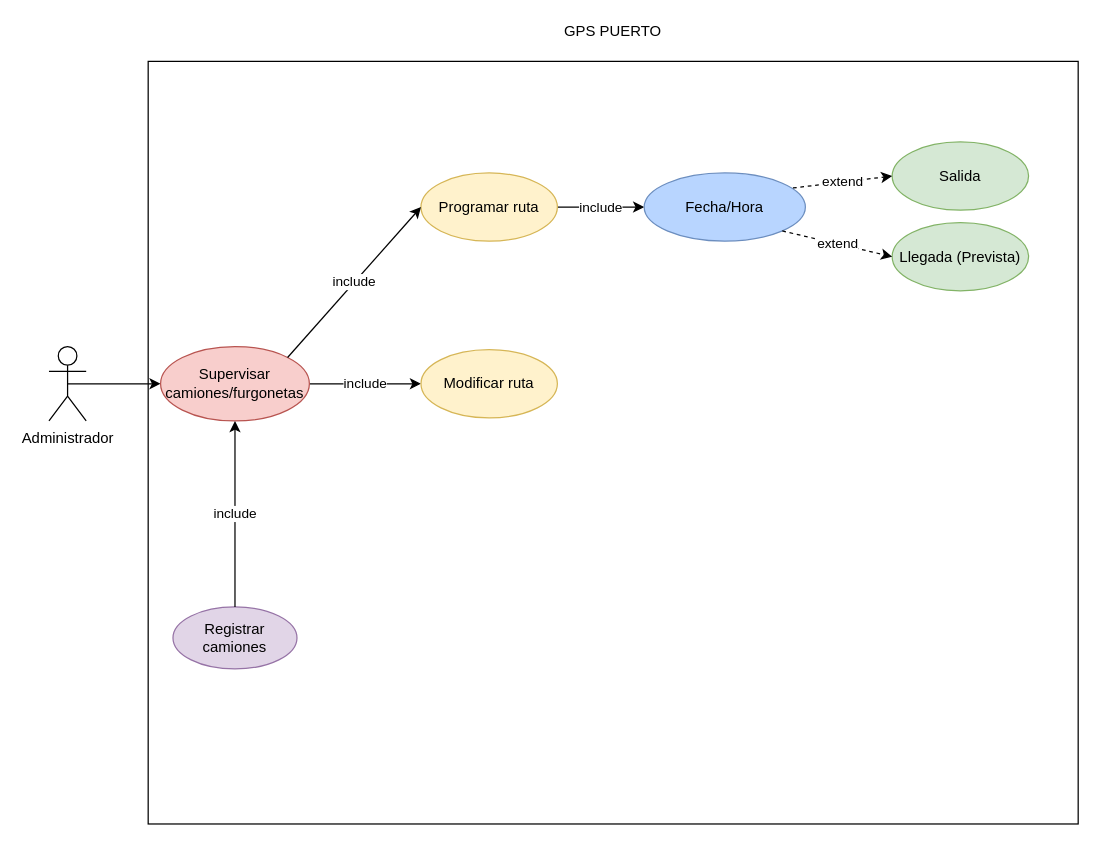
Before: Diagrama GPS.drawio in vmcabreu/calculoarea, a draw.io diagram. Source tidied: cells renumbered, new cells numbered last; positions are measured from the earlier drawing's top-left corner, leaving out a move shared by most shapes. Both pictures are drawn from the tidied source at 124%, with x=0, y=0 at pixel (48, 61).
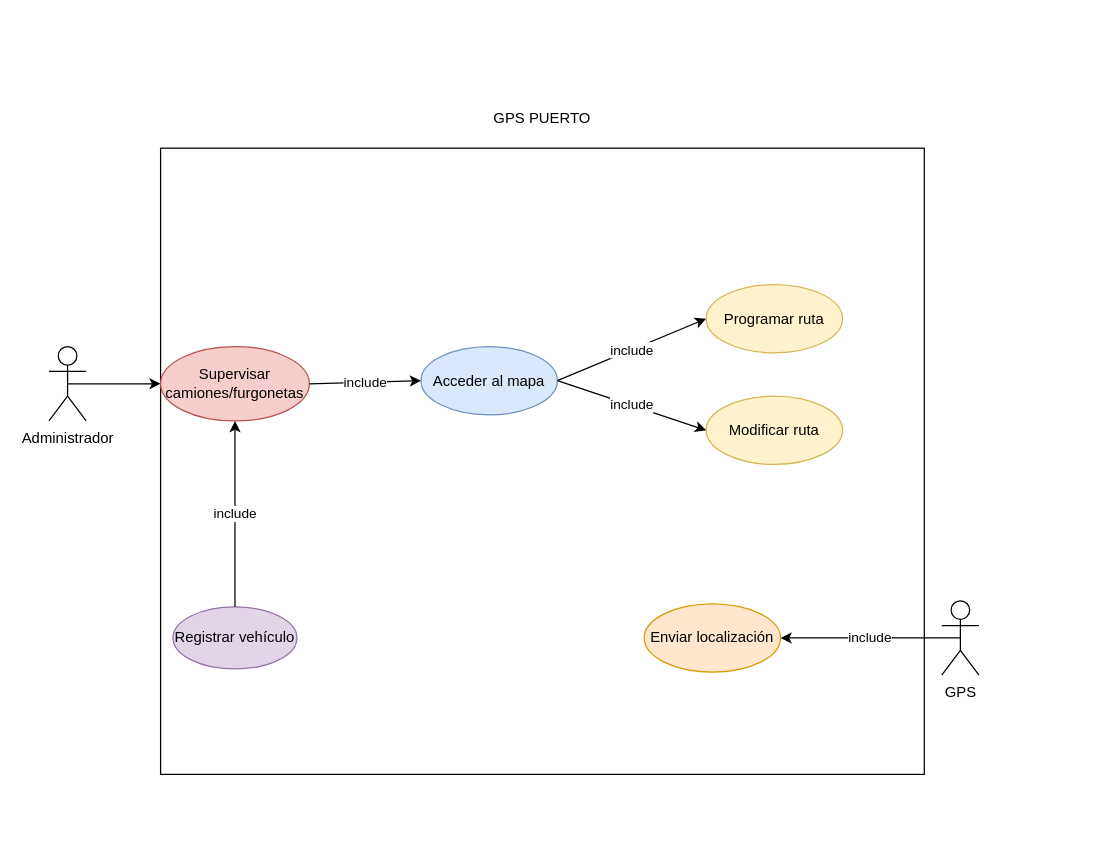
Above is the later version.

Diff of the diagram source:
```diff
@@
 <mxGraphModel>
   <root>
     <mxCell id="0" />
     <mxCell id="1" parent="0" />
     <mxCell id="2" value="&lt;div&gt;GPS PUERTO&lt;/div&gt;&lt;div&gt;&lt;br&gt;&lt;/div&gt;" style="rounded=0;whiteSpace=wrap;html=1;direction=south;labelPosition=center;verticalLabelPosition=top;align=center;verticalAlign=bottom;fillOpacity=0;" parent="1" vertex="1">
-      <mxGeometry x="80" width="750" height="615" as="geometry" />
+      <mxGeometry x="90" y="70" width="615.9" height="505" as="geometry" />
     </mxCell>
     <mxCell id="3" style="edgeStyle=orthogonalEdgeStyle;rounded=0;jettySize=auto;html=1;exitX=0.5;exitY=0.5;exitDx=0;exitDy=0;exitPerimeter=0;" parent="1" edge="1" source="4">
       <mxGeometry relative="1" as="geometry">
         <mxPoint x="90" y="260" as="targetPoint" />
       </mxGeometry>
     </mxCell>
     <mxCell id="4" value="Administrador" style="shape=umlActor;verticalLabelPosition=bottom;verticalAlign=top;html=1;outlineConnect=0;" parent="1" vertex="1">
       <mxGeometry y="230" width="30" height="60" as="geometry" />
     </mxCell>
-    <mxCell id="5" value="include" style="edgeStyle=orthogonalEdgeStyle;rounded=0;jettySize=auto;html=1;exitX=1;exitY=0.5;exitDx=0;exitDy=0;entryX=0;entryY=0.5;entryDx=0;entryDy=0;" parent="1" edge="1" source="6" target="13">
-      <mxGeometry relative="1" as="geometry" />
-    </mxCell>
     <mxCell id="6" value="Supervisar camiones/furgonetas" style="ellipse;whiteSpace=wrap;html=1;fillColor=#f8cecc;strokeColor=#b85450;" parent="1" vertex="1">
       <mxGeometry x="90" y="230" width="120" height="60" as="geometry" />
     </mxCell>
-    <mxCell id="7" value="Registrar camiones" style="ellipse;whiteSpace=wrap;html=1;fillColor=#e1d5e7;strokeColor=#9673a6;" parent="1" vertex="1">
+    <mxCell id="7" value="&lt;div&gt;Registrar vehículo&lt;/div&gt;" style="ellipse;whiteSpace=wrap;html=1;fillColor=#e1d5e7;strokeColor=#9673a6;" parent="1" vertex="1">
       <mxGeometry x="100" y="440" width="100" height="50" as="geometry" />
     </mxCell>
-    <mxCell id="8" value="include" style="edgeStyle=orthogonalEdgeStyle;rounded=0;jettySize=auto;html=1;exitX=1;exitY=0.5;exitDx=0;exitDy=0;" parent="1" edge="1" source="9" target="12">
-      <mxGeometry relative="1" as="geometry" />
-    </mxCell>
     <mxCell id="9" value="Programar ruta" style="ellipse;whiteSpace=wrap;html=1;fillColor=#fff2cc;strokeColor=#d6b656;" parent="1" vertex="1">
-      <mxGeometry x="300" y="90" width="110" height="55" as="geometry" />
+      <mxGeometry x="530" y="180" width="110" height="55" as="geometry" />
     </mxCell>
     <mxCell id="10" value="include" style="endArrow=classic;html=1;rounded=0;entryX=0.5;entryY=1;entryDx=0;entryDy=0;" parent="1" edge="1" source="7" target="6">
       <mxGeometry relative="1" as="geometry" />
     </mxCell>
-    <mxCell id="11" value="include" style="endArrow=classic;html=1;rounded=0;entryX=0;entryY=0.5;entryDx=0;entryDy=0;exitX=1;exitY=0;exitDx=0;exitDy=0;" parent="1" edge="1" source="6" target="9">
+    <mxCell id="11" value="include" style="endArrow=classic;html=1;rounded=0;entryX=0;entryY=0.5;entryDx=0;entryDy=0;exitX=1;exitY=0.5;exitDx=0;exitDy=0;" parent="1" edge="1" source="21" target="9">
       <mxGeometry relative="1" as="geometry" />
     </mxCell>
-    <mxCell id="12" value="Fecha/Hora" style="ellipse;whiteSpace=wrap;html=1;fillColor=#B8D5FF;strokeColor=#6c8ebf;" parent="1" vertex="1">
-      <mxGeometry x="480" y="90" width="130" height="55" as="geometry" />
-    </mxCell>
     <mxCell id="13" value="Modificar ruta" style="ellipse;whiteSpace=wrap;html=1;fillColor=#fff2cc;strokeColor=#d6b656;" parent="1" vertex="1">
-      <mxGeometry x="300" y="232.5" width="110" height="55" as="geometry" />
+      <mxGeometry x="530" y="270" width="110" height="55" as="geometry" />
     </mxCell>
-    <mxCell id="14" value="Salida" style="ellipse;whiteSpace=wrap;html=1;fillColor=#d5e8d4;strokeColor=#82b366;" parent="1" vertex="1">
-      <mxGeometry x="680" y="65" width="110" height="55" as="geometry" />
-    </mxCell>
-    <mxCell id="15" value="Llegada (Prevista)" style="ellipse;whiteSpace=wrap;html=1;fillColor=#d5e8d4;strokeColor=#82b366;" parent="1" vertex="1">
-      <mxGeometry x="680" y="130" width="110" height="55" as="geometry" />
-    </mxCell>
-    <mxCell id="16" value="extend" style="endArrow=classic;html=1;rounded=0;exitX=0.923;exitY=0.22;exitDx=0;exitDy=0;entryX=0;entryY=0.5;entryDx=0;entryDy=0;exitPerimeter=0;dashed=1;" parent="1" edge="1" source="12" target="14">
-      <mxGeometry relative="1" as="geometry" />
-    </mxCell>
-    <mxCell id="17" value="extend" style="endArrow=classic;html=1;rounded=0;exitX=1;exitY=1;exitDx=0;exitDy=0;entryX=0;entryY=0.5;entryDx=0;entryDy=0;dashed=1;" parent="1" edge="1" source="12" target="15">
-      <mxGeometry relative="1" as="geometry" />
-    </mxCell>
+    <mxCell id="18" value="GPS" style="shape=umlActor;verticalLabelPosition=bottom;verticalAlign=top;html=1;outlineConnect=0;" parent="1" vertex="1">
+      <mxGeometry x="720" y="435" width="30" height="60" as="geometry" />
+    </mxCell>
+    <mxCell id="19" value="include" style="endArrow=classic;html=1;rounded=0;exitX=0.5;exitY=0.5;exitDx=0;exitDy=0;exitPerimeter=0;entryX=1;entryY=0.5;entryDx=0;entryDy=0;" parent="1" edge="1" source="18" target="20">
+      <mxGeometry relative="1" as="geometry" />
+    </mxCell>
+    <mxCell id="20" value="Enviar localización" style="ellipse;whiteSpace=wrap;html=1;fillColor=#ffe6cc;strokeColor=#d79b00;" parent="1" vertex="1">
+      <mxGeometry x="480" y="437.5" width="110" height="55" as="geometry" />
+    </mxCell>
+    <mxCell id="21" value="Acceder al mapa" style="ellipse;whiteSpace=wrap;html=1;fillColor=#dae8fc;strokeColor=#6c8ebf;" parent="1" vertex="1">
+      <mxGeometry x="300" y="230" width="110" height="55" as="geometry" />
+    </mxCell>
+    <mxCell id="22" value="include" style="endArrow=classic;html=1;rounded=0;entryX=0;entryY=0.5;entryDx=0;entryDy=0;exitX=1;exitY=0.5;exitDx=0;exitDy=0;" parent="1" edge="1" source="6" target="21">
+      <mxGeometry relative="1" as="geometry" />
+    </mxCell>
+    <mxCell id="23" value="include" style="endArrow=classic;html=1;rounded=0;entryX=0;entryY=0.5;entryDx=0;entryDy=0;exitX=1;exitY=0.5;exitDx=0;exitDy=0;" parent="1" edge="1" source="21" target="13">
+      <mxGeometry relative="1" as="geometry" />
+    </mxCell>
   </root>
 </mxGraphModel>
```
